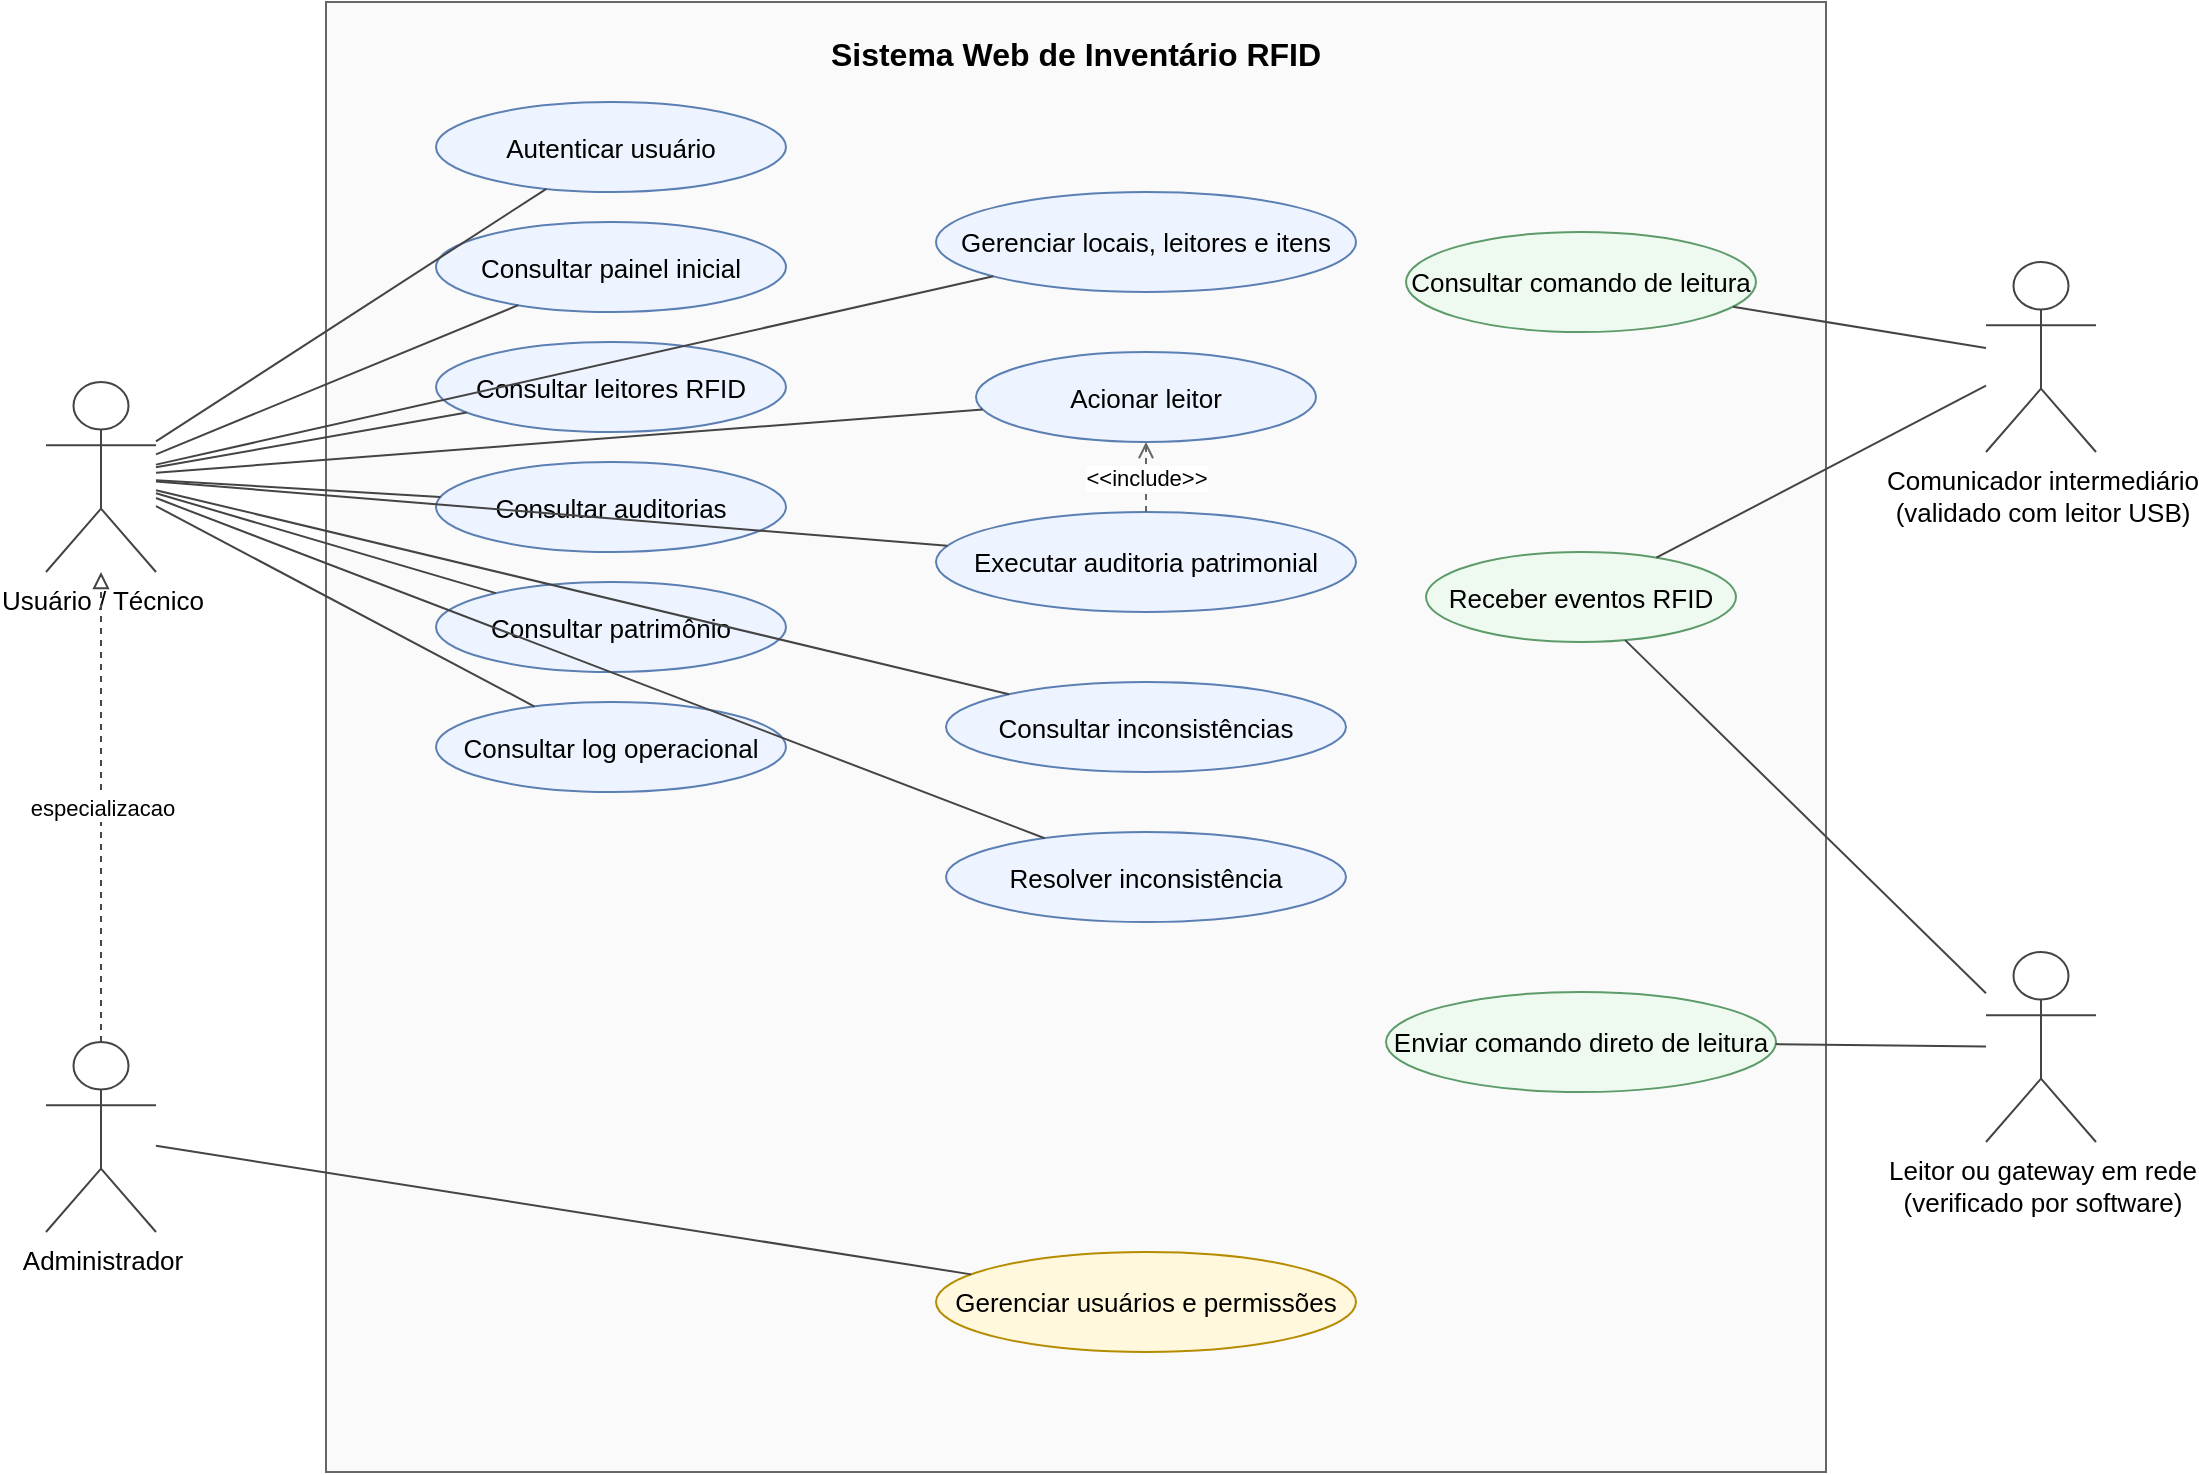
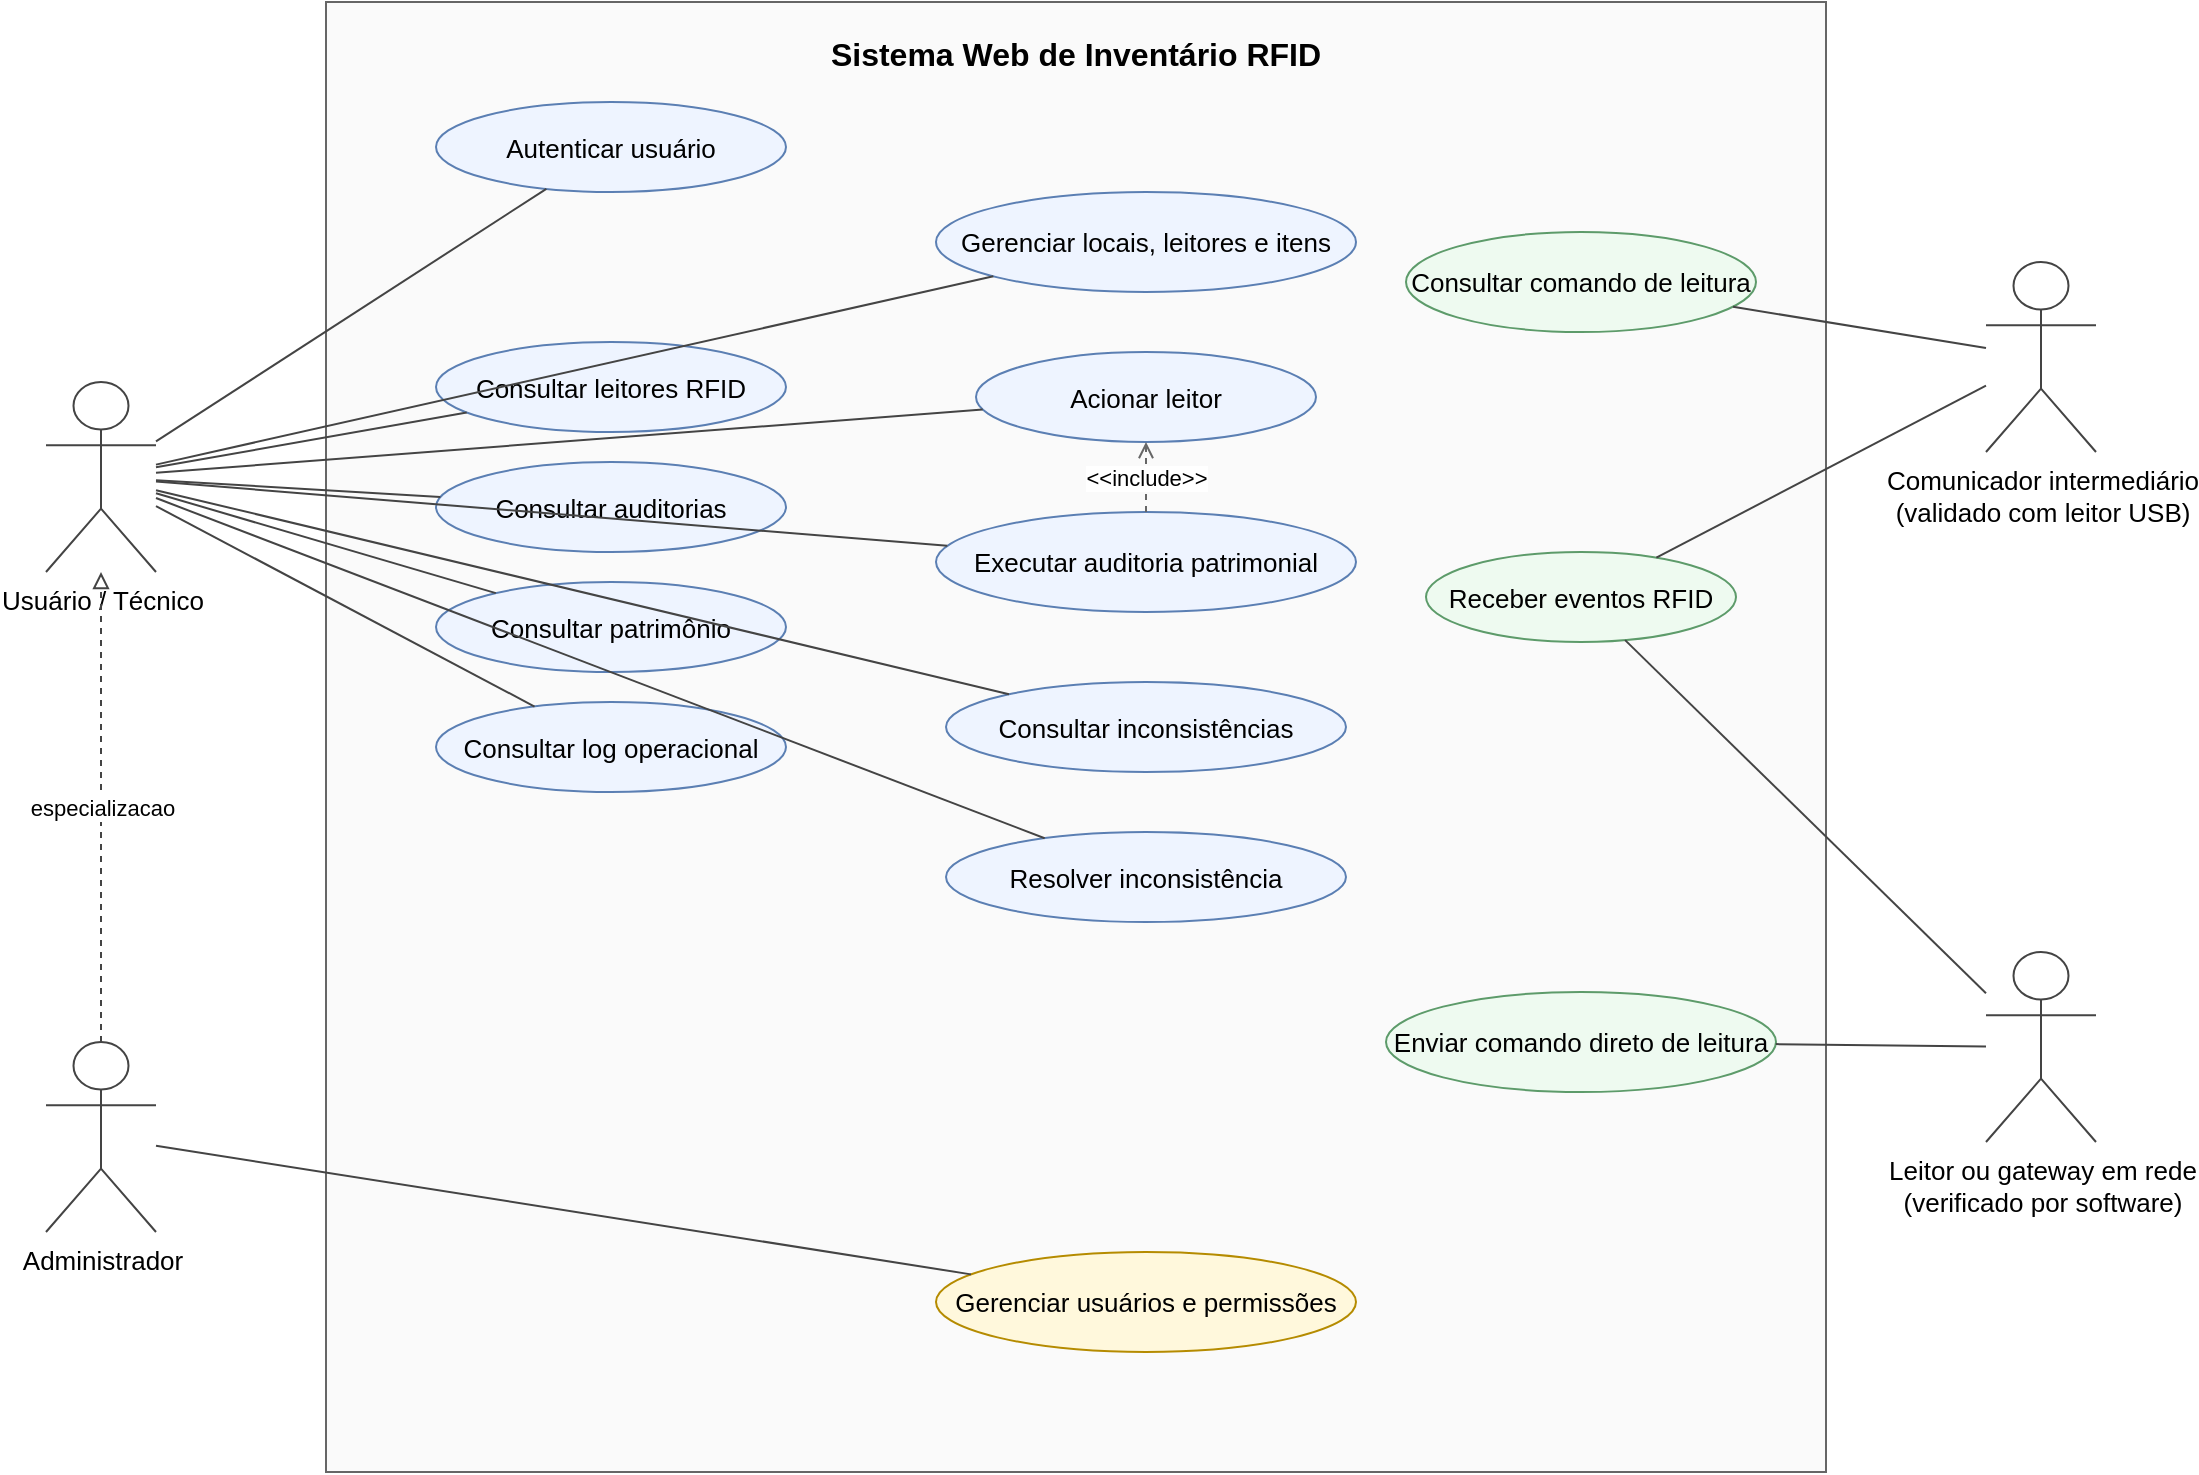
<mxfile host="app.diagrams.net" modified="2026-06-01T00:00:00.000Z" agent="Codex" version="24.7.17" type="device">
  <diagram name="Casos de uso RFID" id="casos-uso-rfid">
    <mxGraphModel dx="1400" dy="900" grid="1" gridSize="10" guides="1" tooltips="1" connect="1" arrows="1" fold="1" page="1" pageScale="1" pageWidth="1169" pageHeight="827" math="0" shadow="0">
      <root>
        <mxCell id="0"/>
        <mxCell id="1" parent="0"/>

        <mxCell id="system" value="Sistema Web de Inventário RFID" style="rounded=0;whiteSpace=wrap;html=1;fillColor=#fafafa;strokeColor=#666666;fontStyle=1;fontSize=16;verticalAlign=top;spacingTop=10;" vertex="1" parent="1">
          <mxGeometry x="210" y="40" width="750" height="735" as="geometry"/>
        </mxCell>

        <mxCell id="tecnico" value="Usuário / Técnico" style="shape=umlActor;verticalLabelPosition=bottom;verticalAlign=top;html=1;outlineConnect=0;fillColor=#ffffff;strokeColor=#444444;fontSize=13;" vertex="1" parent="1">
          <mxGeometry x="70" y="230" width="55" height="95" as="geometry"/>
        </mxCell>
        <mxCell id="admin" value="Administrador" style="shape=umlActor;verticalLabelPosition=bottom;verticalAlign=top;html=1;outlineConnect=0;fillColor=#ffffff;strokeColor=#444444;fontSize=13;" vertex="1" parent="1">
          <mxGeometry x="70" y="560" width="55" height="95" as="geometry"/>
        </mxCell>
        <mxCell id="comunicador" value="Comunicador intermediário&lt;br&gt;(validado com leitor USB)" style="shape=umlActor;verticalLabelPosition=bottom;verticalAlign=top;html=1;outlineConnect=0;fillColor=#ffffff;strokeColor=#444444;fontSize=13;" vertex="1" parent="1">
          <mxGeometry x="1040" y="170" width="55" height="95" as="geometry"/>
        </mxCell>
        <mxCell id="gateway" value="Leitor ou gateway em rede&lt;br&gt;(verificado por software)" style="shape=umlActor;verticalLabelPosition=bottom;verticalAlign=top;html=1;outlineConnect=0;fillColor=#ffffff;strokeColor=#444444;fontSize=13;" vertex="1" parent="1">
          <mxGeometry x="1040" y="515" width="55" height="95" as="geometry"/>
        </mxCell>

        <mxCell id="auth" value="Autenticar usuário" style="ellipse;whiteSpace=wrap;html=1;fillColor=#eef4ff;strokeColor=#5b7fb3;fontSize=13;" vertex="1" parent="1">
          <mxGeometry x="265" y="90" width="175" height="45" as="geometry"/>
-         </mxCell>
-         <mxCell id="painel" value="Consultar painel inicial" style="ellipse;whiteSpace=wrap;html=1;fillColor=#eef4ff;strokeColor=#5b7fb3;fontSize=13;" vertex="1" parent="1">
-           <mxGeometry x="265" y="150" width="175" height="45" as="geometry"/>
        </mxCell>
        <mxCell id="leitores" value="Consultar leitores RFID" style="ellipse;whiteSpace=wrap;html=1;fillColor=#eef4ff;strokeColor=#5b7fb3;fontSize=13;" vertex="1" parent="1">
          <mxGeometry x="265" y="210" width="175" height="45" as="geometry"/>
        </mxCell>
        <mxCell id="auditorias" value="Consultar auditorias" style="ellipse;whiteSpace=wrap;html=1;fillColor=#eef4ff;strokeColor=#5b7fb3;fontSize=13;" vertex="1" parent="1">
          <mxGeometry x="265" y="270" width="175" height="45" as="geometry"/>
        </mxCell>
        <mxCell id="patrimonio" value="Consultar patrimônio" style="ellipse;whiteSpace=wrap;html=1;fillColor=#eef4ff;strokeColor=#5b7fb3;fontSize=13;" vertex="1" parent="1">
          <mxGeometry x="265" y="330" width="175" height="45" as="geometry"/>
        </mxCell>
        <mxCell id="log" value="Consultar log operacional" style="ellipse;whiteSpace=wrap;html=1;fillColor=#eef4ff;strokeColor=#5b7fb3;fontSize=13;" vertex="1" parent="1">
          <mxGeometry x="265" y="390" width="175" height="45" as="geometry"/>
        </mxCell>

        <mxCell id="cadastros" value="Gerenciar locais, leitores e itens" style="ellipse;whiteSpace=wrap;html=1;fillColor=#eef4ff;strokeColor=#5b7fb3;fontSize=13;" vertex="1" parent="1">
          <mxGeometry x="515" y="135" width="210" height="50" as="geometry"/>
        </mxCell>
        <mxCell id="acionar" value="Acionar leitor" style="ellipse;whiteSpace=wrap;html=1;fillColor=#eef4ff;strokeColor=#5b7fb3;fontSize=13;" vertex="1" parent="1">
          <mxGeometry x="535" y="215" width="170" height="45" as="geometry"/>
        </mxCell>
        <mxCell id="auditoria" value="Executar auditoria patrimonial" style="ellipse;whiteSpace=wrap;html=1;fillColor=#eef4ff;strokeColor=#5b7fb3;fontSize=13;" vertex="1" parent="1">
          <mxGeometry x="515" y="295" width="210" height="50" as="geometry"/>
        </mxCell>
        <mxCell id="inconsistencias" value="Consultar inconsistências" style="ellipse;whiteSpace=wrap;html=1;fillColor=#eef4ff;strokeColor=#5b7fb3;fontSize=13;" vertex="1" parent="1">
          <mxGeometry x="520" y="380" width="200" height="45" as="geometry"/>
        </mxCell>
        <mxCell id="resolver" value="Resolver inconsistência" style="ellipse;whiteSpace=wrap;html=1;fillColor=#eef4ff;strokeColor=#5b7fb3;fontSize=13;" vertex="1" parent="1">
          <mxGeometry x="520" y="455" width="200" height="45" as="geometry"/>
        </mxCell>
        <mxCell id="usuarios" value="Gerenciar usuários e permissões" style="ellipse;whiteSpace=wrap;html=1;fillColor=#fff8dc;strokeColor=#b58b00;fontSize=13;" vertex="1" parent="1">
          <mxGeometry x="515" y="665" width="210" height="50" as="geometry"/>
        </mxCell>

        <mxCell id="polling" value="Consultar comando de leitura" style="ellipse;whiteSpace=wrap;html=1;fillColor=#eefaf0;strokeColor=#5d9b6a;fontSize=13;" vertex="1" parent="1">
          <mxGeometry x="750" y="155" width="175" height="50" as="geometry"/>
        </mxCell>
        <mxCell id="eventos" value="Receber eventos RFID" style="ellipse;whiteSpace=wrap;html=1;fillColor=#eefaf0;strokeColor=#5d9b6a;fontSize=13;" vertex="1" parent="1">
          <mxGeometry x="760" y="315" width="155" height="45" as="geometry"/>
        </mxCell>
        <mxCell id="comandoDireto" value="Enviar comando direto de leitura" style="ellipse;whiteSpace=wrap;html=1;fillColor=#eefaf0;strokeColor=#5d9b6a;fontSize=13;" vertex="1" parent="1">
          <mxGeometry x="740" y="535" width="195" height="50" as="geometry"/>
        </mxCell>

        <mxCell id="genAdminTecnico" value="especializacao" style="endArrow=block;endFill=0;html=1;rounded=0;dashed=1;strokeColor=#444444;fontSize=11;" edge="1" parent="1" source="admin" target="tecnico">
          <mxGeometry relative="1" as="geometry"/>
        </mxCell>

        <mxCell id="tecnicoAuth" value="" style="endArrow=none;html=1;rounded=0;strokeColor=#444444;" edge="1" parent="1" source="tecnico" target="auth"><mxGeometry relative="1" as="geometry"/></mxCell>
-         <mxCell id="tecnicoPainel" value="" style="endArrow=none;html=1;rounded=0;strokeColor=#444444;" edge="1" parent="1" source="tecnico" target="painel"><mxGeometry relative="1" as="geometry"/></mxCell>
        <mxCell id="tecnicoLeitores" value="" style="endArrow=none;html=1;rounded=0;strokeColor=#444444;" edge="1" parent="1" source="tecnico" target="leitores"><mxGeometry relative="1" as="geometry"/></mxCell>
        <mxCell id="tecnicoAuditorias" value="" style="endArrow=none;html=1;rounded=0;strokeColor=#444444;" edge="1" parent="1" source="tecnico" target="auditorias"><mxGeometry relative="1" as="geometry"/></mxCell>
        <mxCell id="tecnicoPatrimonio" value="" style="endArrow=none;html=1;rounded=0;strokeColor=#444444;" edge="1" parent="1" source="tecnico" target="patrimonio"><mxGeometry relative="1" as="geometry"/></mxCell>
        <mxCell id="tecnicoLog" value="" style="endArrow=none;html=1;rounded=0;strokeColor=#444444;" edge="1" parent="1" source="tecnico" target="log"><mxGeometry relative="1" as="geometry"/></mxCell>
        <mxCell id="tecnicoCadastros" value="" style="endArrow=none;html=1;rounded=0;strokeColor=#444444;" edge="1" parent="1" source="tecnico" target="cadastros"><mxGeometry relative="1" as="geometry"/></mxCell>
        <mxCell id="tecnicoAcionar" value="" style="endArrow=none;html=1;rounded=0;strokeColor=#444444;" edge="1" parent="1" source="tecnico" target="acionar"><mxGeometry relative="1" as="geometry"/></mxCell>
        <mxCell id="tecnicoAuditoria" value="" style="endArrow=none;html=1;rounded=0;strokeColor=#444444;" edge="1" parent="1" source="tecnico" target="auditoria"><mxGeometry relative="1" as="geometry"/></mxCell>
        <mxCell id="tecnicoInconsistencias" value="" style="endArrow=none;html=1;rounded=0;strokeColor=#444444;" edge="1" parent="1" source="tecnico" target="inconsistencias"><mxGeometry relative="1" as="geometry"/></mxCell>
        <mxCell id="tecnicoResolver" value="" style="endArrow=none;html=1;rounded=0;strokeColor=#444444;" edge="1" parent="1" source="tecnico" target="resolver"><mxGeometry relative="1" as="geometry"/></mxCell>
        <mxCell id="adminUsuarios" value="" style="endArrow=none;html=1;rounded=0;strokeColor=#444444;" edge="1" parent="1" source="admin" target="usuarios"><mxGeometry relative="1" as="geometry"/></mxCell>

        <mxCell id="comunicadorPolling" value="" style="endArrow=none;html=1;rounded=0;strokeColor=#444444;" edge="1" parent="1" source="comunicador" target="polling"><mxGeometry relative="1" as="geometry"/></mxCell>
        <mxCell id="comunicadorEventos" value="" style="endArrow=none;html=1;rounded=0;strokeColor=#444444;" edge="1" parent="1" source="comunicador" target="eventos"><mxGeometry relative="1" as="geometry"/></mxCell>
        <mxCell id="gatewayComando" value="" style="endArrow=none;html=1;rounded=0;strokeColor=#444444;" edge="1" parent="1" source="gateway" target="comandoDireto"><mxGeometry relative="1" as="geometry"/></mxCell>
        <mxCell id="gatewayEventos" value="" style="endArrow=none;html=1;rounded=0;strokeColor=#444444;" edge="1" parent="1" source="gateway" target="eventos"><mxGeometry relative="1" as="geometry"/></mxCell>

        <mxCell id="includeAuditoriaAcionar" value="&amp;lt;&amp;lt;include&amp;gt;&amp;gt;" style="endArrow=open;html=1;rounded=0;dashed=1;strokeColor=#666666;fontSize=11;" edge="1" parent="1" source="auditoria" target="acionar">
          <mxGeometry relative="1" as="geometry"/>
        </mxCell>
      </root>
    </mxGraphModel>
  </diagram>
</mxfile>
